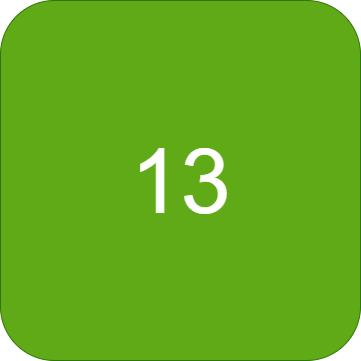
Before: Rush Hour Main/assets/MapButtons/13(B).png, a diagram exported from draw.io (zintom69/Game-Rush-Hour). Source tidied: cells renumbered, new cells last; positions are measured from the earlier drawing's top-left corner, leaving out a move shared by most shapes. Its diagram source:
```xml
<mxGraphModel>
  <root>
    <mxCell id="0" />
    <mxCell id="1" parent="0" />
    <mxCell id="2" value="&lt;span style=&quot;font-size: 90px;&quot;&gt;13&lt;/span&gt;" style="rounded=1;whiteSpace=wrap;html=1;fillColor=#60a917;fontColor=#ffffff;strokeColor=#2D7600;" parent="1" vertex="1">
      <mxGeometry width="360" height="360" as="geometry" />
    </mxCell>
  </root>
</mxGraphModel>
```
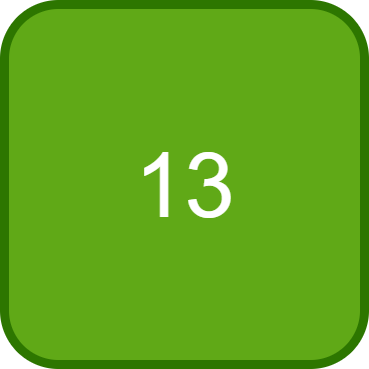
After the commit.

Diff of the diagram source:
```diff
@@ -2,7 +2,7 @@
   <root>
     <mxCell id="0" />
     <mxCell id="1" parent="0" />
-    <mxCell id="2" value="&lt;span style=&quot;font-size: 90px;&quot;&gt;13&lt;/span&gt;" style="rounded=1;whiteSpace=wrap;html=1;fillColor=#60a917;fontColor=#ffffff;strokeColor=#2D7600;" parent="1" vertex="1">
+    <mxCell id="2" value="&lt;span style=&quot;font-size: 90px;&quot;&gt;13&lt;/span&gt;" style="rounded=1;whiteSpace=wrap;html=1;strokeWidth=9;fillColor=#60a917;fontColor=#ffffff;strokeColor=#2D7600;" parent="1" vertex="1">
       <mxGeometry width="360" height="360" as="geometry" />
     </mxCell>
   </root>
```
